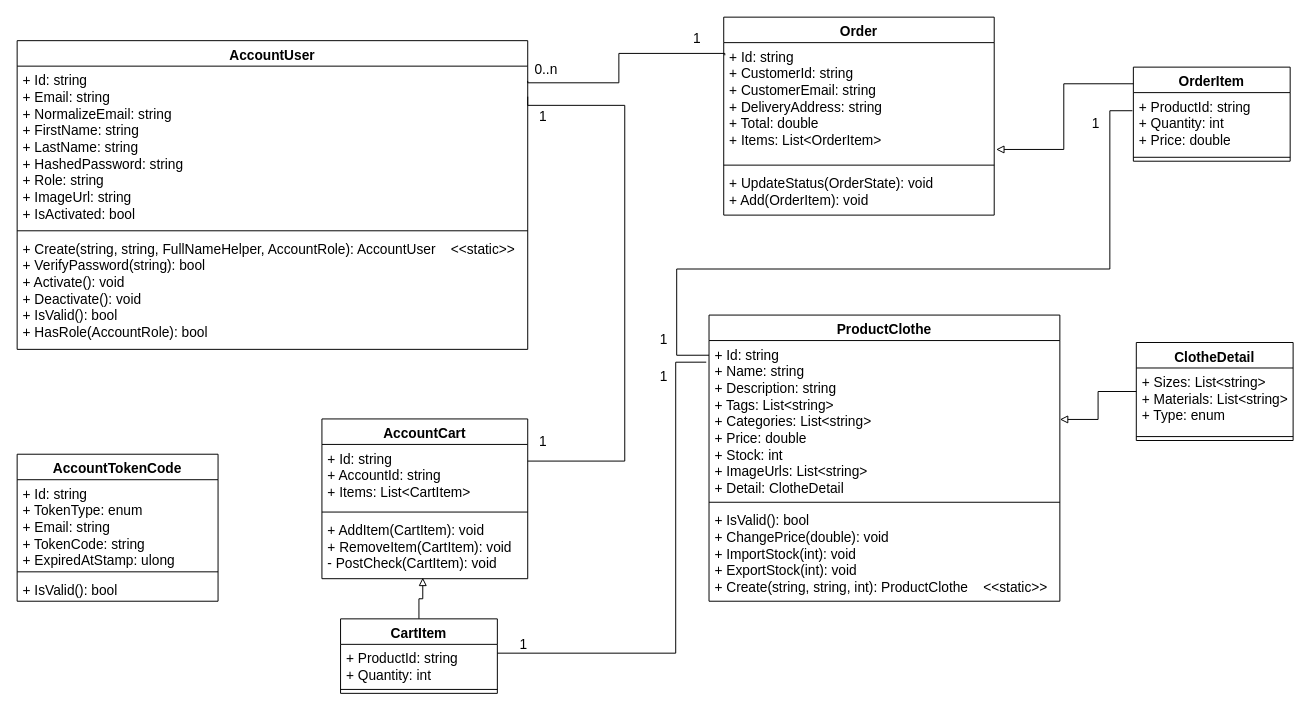
Earlier version of the draw.io diagram page "class-diagram" (2 of 2) of usecase.drawio (shifuvn/diagram). Source tidied: cells renumbered, new cells numbered last; positions are measured from the earlier drawing's top-left corner, leaving out a move shared by most shapes. Both pictures are drawn from the tidied source at 98%, with x=0, y=0 at pixel (17, 17).
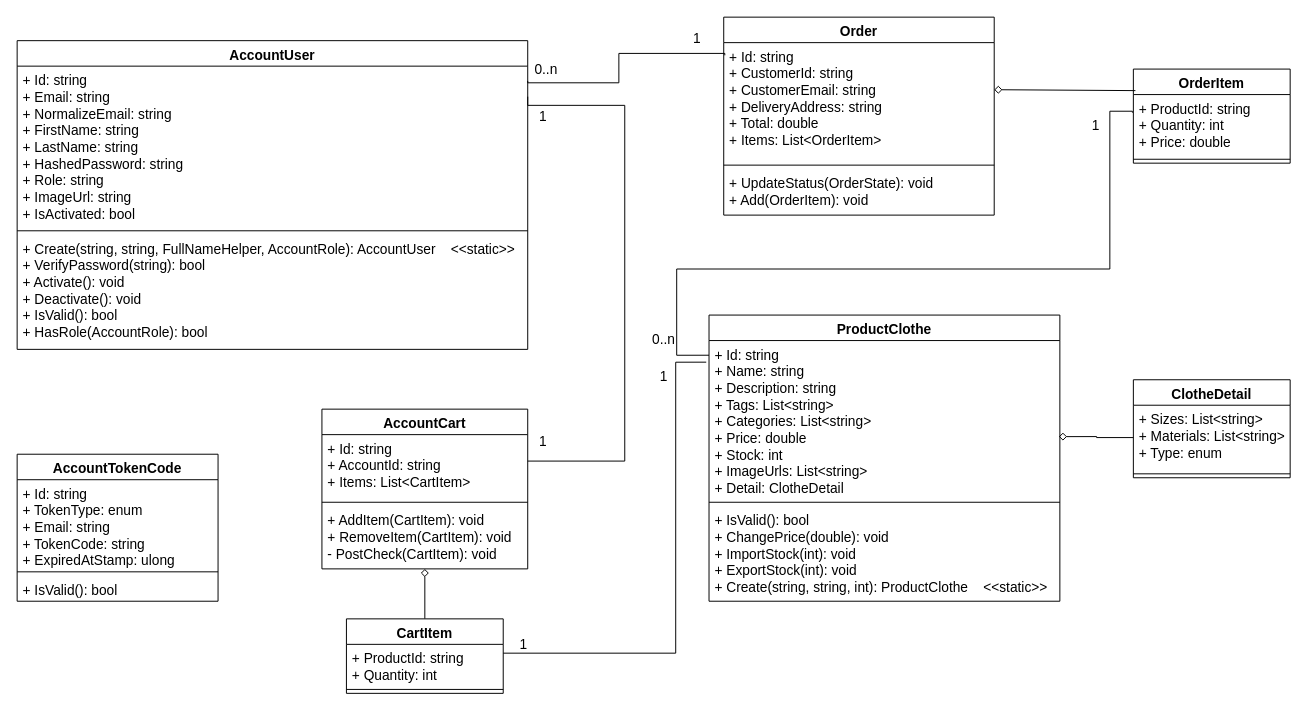
The same diagram, later.

The change refers to these unchanged cells:
```xml
<mxCell id="13" value="+ AddItem(CartItem): void&#10;+ RemoveItem(CartItem): void&#10;- PostCheck(CartItem): void&#10;" style="text;strokeColor=none;fillColor=none;align=left;verticalAlign=top;spacingLeft=4;spacingRight=4;overflow=hidden;points=[[0,0.5],[1,0.5]];portConstraint=eastwest;fontSize=14;" parent="10" vertex="1">
  <mxGeometry y="99" width="210" height="64" as="geometry" />
</mxCell>
<mxCell id="20" value="+ Id: string&#10;+ Name: string&#10;+ Description: string&#10;+ Tags: List&lt;string&gt;&#10;+ Categories: List&lt;string&gt;&#10;+ Price: double&#10;+ Stock: int&#10;+ ImageUrls: List&lt;string&gt;&#10;+ Detail: ClotheDetail&#10;" style="text;strokeColor=none;fillColor=none;align=left;verticalAlign=top;spacingLeft=4;spacingRight=4;overflow=hidden;points=[[0,0.5],[1,0.5]];portConstraint=eastwest;fontSize=14;" parent="19" vertex="1">
  <mxGeometry y="26" width="358" height="161" as="geometry" />
</mxCell>
<mxCell id="25" value="+ Sizes: List&lt;string&gt;&#10;+ Materials: List&lt;string&gt;&#10;+ Type: enum&#10;" style="text;strokeColor=none;fillColor=none;align=left;verticalAlign=top;spacingLeft=4;spacingRight=4;overflow=hidden;points=[[0,0.5],[1,0.5]];portConstraint=eastwest;fontSize=14;" parent="24" vertex="1">
  <mxGeometry y="26" width="160" height="66" as="geometry" />
</mxCell>
<mxCell id="29" value="+ ProductId: string&#10;+ Quantity: int&#10;+ Price: double&#10;" style="text;strokeColor=none;fillColor=none;align=left;verticalAlign=top;spacingLeft=4;spacingRight=4;overflow=hidden;points=[[0,0.5],[1,0.5]];portConstraint=eastwest;fontSize=14;" parent="28" vertex="1">
  <mxGeometry y="26" width="160" height="62" as="geometry" />
</mxCell>
<mxCell id="32" value="+ Id: string&#10;+ CustomerId: string&#10;+ CustomerEmail: string&#10;+ DeliveryAddress: string&#10;+ Total: double&#10;+ Items: List&lt;OrderItem&gt;&#10;" style="text;strokeColor=none;fillColor=none;align=left;verticalAlign=top;spacingLeft=4;spacingRight=4;overflow=hidden;points=[[0,0.5],[1,0.5]];portConstraint=eastwest;fontSize=14;" parent="31" vertex="1">
  <mxGeometry y="26" width="276" height="121" as="geometry" />
</mxCell>
```

Diff of the diagram source:
```diff
@@
-    <mxCell id="6" style="edgeStyle=orthogonalEdgeStyle;rounded=0;jettySize=auto;html=1;entryX=0.49;entryY=0.984;entryDx=0;entryDy=0;entryPerimeter=0;fontSize=14;endArrow=block;endFill=0;" parent="1" edge="1" source="7" target="13">
-      <mxGeometry relative="1" as="geometry" />
-    </mxCell>
+    <mxCell id="46" style="edgeStyle=orthogonalEdgeStyle;rounded=0;jettySize=auto;html=1;entryX=0.5;entryY=1;entryDx=0;entryDy=0;endArrow=diamond;endFill=0;" parent="1" edge="1" source="7" target="10">
+      <mxGeometry relative="1" as="geometry" />
+    </mxCell>
     <mxCell id="7" value="CartItem" style="swimlane;fontStyle=1;align=center;verticalAlign=top;horizontal=1;startSize=26;fontSize=14;" parent="1" vertex="1">
-      <mxGeometry x="330" y="614" width="160" height="76" as="geometry" />
+      <mxGeometry x="336" y="614" width="160" height="76" as="geometry" />
     </mxCell>
@@
     <mxCell id="10" value="AccountCart" style="swimlane;fontStyle=1;align=center;verticalAlign=top;horizontal=1;startSize=26;fontSize=14;" parent="1" vertex="1">
-      <mxGeometry x="311" y="410" width="210" height="163" as="geometry" />
+      <mxGeometry x="311" y="400" width="210" height="163" as="geometry" />
     </mxCell>
@@
-    <mxCell id="23" style="edgeStyle=orthogonalEdgeStyle;rounded=0;jettySize=auto;html=1;entryX=1;entryY=0.5;entryDx=0;entryDy=0;fontSize=14;endArrow=block;endFill=0;" parent="1" edge="1" source="24" target="20">
-      <mxGeometry relative="1" as="geometry" />
-    </mxCell>
     <mxCell id="24" value="ClotheDetail" style="swimlane;fontStyle=1;align=center;verticalAlign=top;horizontal=1;startSize=26;fontSize=14;" parent="1" vertex="1">
-      <mxGeometry x="1142" y="332" width="160" height="100" as="geometry" />
+      <mxGeometry x="1139" y="370" width="160" height="100" as="geometry" />
     </mxCell>
@@
-    <mxCell id="27" style="edgeStyle=orthogonalEdgeStyle;rounded=0;jettySize=auto;html=1;entryX=1.007;entryY=0.901;entryDx=0;entryDy=0;entryPerimeter=0;fontSize=14;endArrow=block;endFill=0;exitX=0.006;exitY=0.177;exitDx=0;exitDy=0;exitPerimeter=0;" parent="1" edge="1" source="28" target="32">
-      <mxGeometry relative="1" as="geometry" />
-    </mxCell>
     <mxCell id="28" value="OrderItem" style="swimlane;fontStyle=1;align=center;verticalAlign=top;horizontal=1;startSize=26;fontSize=14;" parent="1" vertex="1">
-      <mxGeometry x="1139" y="51" width="160" height="96" as="geometry" />
+      <mxGeometry x="1139" y="53" width="160" height="96" as="geometry" />
     </mxCell>
@@
-    <mxCell id="39" value="1" style="text;html=1;strokeColor=none;fillColor=none;align=center;verticalAlign=middle;whiteSpace=wrap;rounded=0;fontSize=14;" parent="1" vertex="1">
+    <mxCell id="39" value="0..n" style="text;html=1;strokeColor=none;fillColor=none;align=center;verticalAlign=middle;whiteSpace=wrap;rounded=0;fontSize=14;" parent="1" vertex="1">
       <mxGeometry x="633" y="316" width="54" height="25" as="geometry" />
     </mxCell>
@@
     <mxCell id="41" value="1" style="text;html=1;strokeColor=none;fillColor=none;align=center;verticalAlign=middle;whiteSpace=wrap;rounded=0;fontSize=14;" parent="1" vertex="1">
-      <mxGeometry x="1074" y="96" width="54" height="25" as="geometry" />
+      <mxGeometry x="1074" y="98" width="54" height="25" as="geometry" />
     </mxCell>
@@
+    <mxCell id="47" style="endArrow=diamond;html=1;rounded=0;entryX=1;entryY=0.397;entryDx=0;entryDy=0;entryPerimeter=0;exitX=0.013;exitY=-0.065;exitDx=0;exitDy=0;exitPerimeter=0;endFill=0;" parent="1" edge="1" source="29" target="32">
+      <mxGeometry relative="1" as="geometry" />
+    </mxCell>
+    <mxCell id="48" style="edgeStyle=orthogonalEdgeStyle;rounded=0;jettySize=auto;html=1;entryX=0.997;entryY=0.609;entryDx=0;entryDy=0;entryPerimeter=0;endArrow=diamond;endFill=0;" parent="1" edge="1" source="25" target="20">
+      <mxGeometry relative="1" as="geometry" />
+    </mxCell>
```
